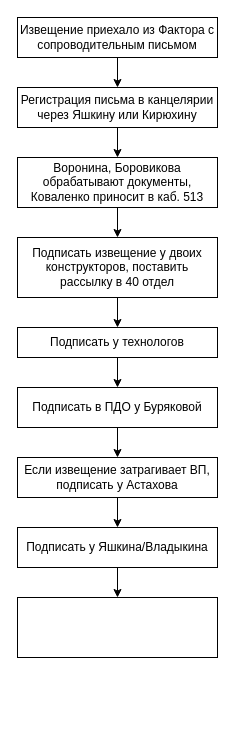
KataevS/java_basic_22 keeps this draw.io diagram as Untitled Diagram.drawio. Above is the earlier version. Source tidied: cells renumbered, new cells numbered last; positions are measured from the earlier drawing's top-left corner, leaving out a move shared by most shapes. Both pictures are drawn from the tidied source at 100%, with x=0, y=0 at pixel (17, 17).
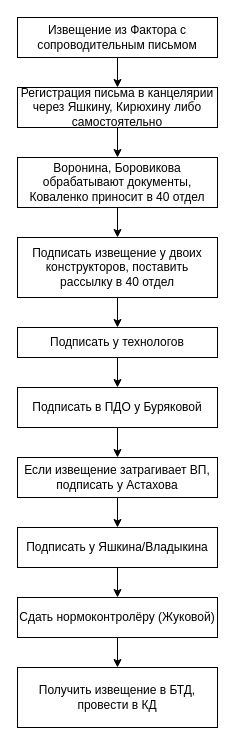
The same page after the edit.

What changed in the source:
```diff
@@
-    <mxCell id="3" value="Извещение приехало из Фактора с сопроводительным письмом" style="rounded=0;whiteSpace=wrap;html=1;" parent="1" vertex="1">
+    <mxCell id="3" value="Извещение из Фактора с сопроводительным письмом" style="rounded=0;whiteSpace=wrap;html=1;" parent="1" vertex="1">
       <mxGeometry width="200" height="40" as="geometry" />
     </mxCell>
-    <mxCell id="4" value="Регистрация письма в канцелярии&lt;div&gt;через Яшкину или Кирюхину&lt;/div&gt;" style="rounded=0;whiteSpace=wrap;html=1;" parent="1" vertex="1">
+    <mxCell id="4" value="Регистрация письма в канцелярии&lt;div&gt;через Яшкину, Кирюхину либо самостоятельно&lt;/div&gt;" style="rounded=0;whiteSpace=wrap;html=1;" parent="1" vertex="1">
       <mxGeometry y="70" width="200" height="40" as="geometry" />
     </mxCell>
@@
-    <mxCell id="6" value="Воронина, Боровикова обрабатывают документы, Коваленко приносит в каб. 513" style="rounded=0;whiteSpace=wrap;html=1;" parent="1" vertex="1">
+    <mxCell id="6" value="Воронина, Боровикова обрабатывают документы, Коваленко приносит в 40 отдел" style="rounded=0;whiteSpace=wrap;html=1;" parent="1" vertex="1">
       <mxGeometry y="140" width="200" height="50" as="geometry" />
     </mxCell>
@@
-    <mxCell id="19" style="rounded=0;whiteSpace=wrap;html=1;" parent="1" vertex="1">
-      <mxGeometry y="580" width="200" height="60" as="geometry" />
+    <mxCell id="19" value="Сдать нормоконтролёру (Жуковой)" style="rounded=0;whiteSpace=wrap;html=1;" parent="1" vertex="1">
+      <mxGeometry y="580" width="200" height="40" as="geometry" />
     </mxCell>
+    <mxCell id="20" value="Получить извещение в БТД,&lt;div&gt;провести в КД&lt;/div&gt;" style="rounded=0;whiteSpace=wrap;html=1;" parent="1" vertex="1">
+      <mxGeometry y="650" width="200" height="60" as="geometry" />
+    </mxCell>
+    <mxCell id="21" style="endArrow=classic;html=1;rounded=0;entryX=0.5;entryY=0;entryDx=0;entryDy=0;exitX=0.5;exitY=1;exitDx=0;exitDy=0;" parent="1" edge="1" source="19" target="20">
+      <mxGeometry relative="1" as="geometry" />
+    </mxCell>
```
